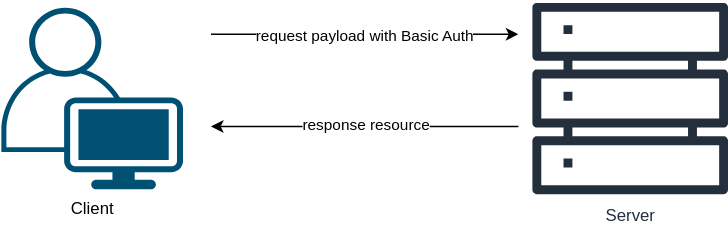
Above: restaurant-design.drawio.svg in slikkerno66/springboot-restaurant (draw.io), before the change. Source tidied: cells renumbered, new cells last; positions are measured from the earlier drawing's top-left corner, leaving out a move shared by most shapes.
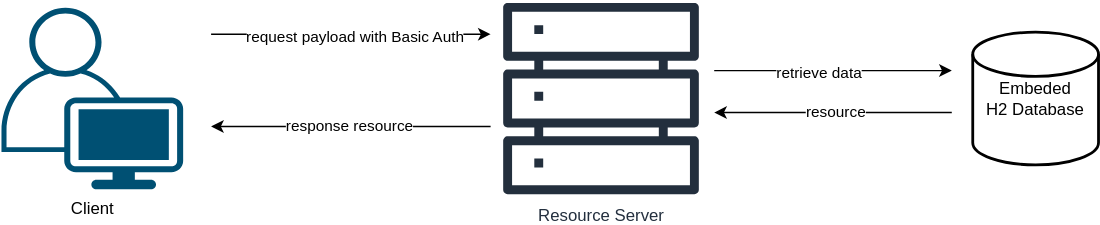
Above is the later version.

What changed in the source:
```diff
@@ -3,15 +3,15 @@
     <mxCell id="0" />
     <mxCell id="1" parent="0" />
     <mxCell id="2" value="Client" style="verticalLabelPosition=bottom;sketch=0;html=1;verticalAlign=top;align=center;shape=mxgraph.cisco19.user;fillColor=#005073;strokeColor=none;" parent="1" vertex="1">
-      <mxGeometry y="5" width="130" height="130" as="geometry" />
+      <mxGeometry x="-151" y="5" width="130" height="130" as="geometry" />
     </mxCell>
-    <mxCell id="3" value="Server" style="sketch=0;fontColor=#232F3E;gradientColor=none;fillColor=#232F3D;strokeColor=none;dashed=0;verticalLabelPosition=bottom;verticalAlign=top;align=center;html=1;fontSize=12;fontStyle=0;shape=mxgraph.aws4.servers;" parent="1" vertex="1">
-      <mxGeometry x="380" width="140" height="140" as="geometry" />
+    <mxCell id="3" value="Resource Server" style="sketch=0;fontColor=#232F3E;gradientColor=none;fillColor=#232F3D;strokeColor=none;dashed=0;verticalLabelPosition=bottom;verticalAlign=top;align=center;html=1;fontSize=12;fontStyle=0;shape=mxgraph.aws4.servers;" parent="1" vertex="1">
+      <mxGeometry x="208" width="140" height="140" as="geometry" />
     </mxCell>
     <mxCell id="4" style="endArrow=classic;html=1;rounded=0;" parent="1" edge="1">
       <mxGeometry relative="1" as="geometry">
-        <mxPoint x="150" y="24" as="sourcePoint" />
-        <mxPoint x="370" y="24" as="targetPoint" />
+        <mxPoint x="-1" y="24" as="sourcePoint" />
+        <mxPoint x="199" y="24" as="targetPoint" />
       </mxGeometry>
     </mxCell>
     <mxCell id="5" value="request payload with Basic Auth" style="edgeLabel;html=1;align=center;verticalAlign=middle;" parent="4" vertex="1">
@@ -21,8 +21,8 @@
     </mxCell>
     <mxCell id="6" style="endArrow=classic;html=1;rounded=0;" parent="1" edge="1">
       <mxGeometry relative="1" as="geometry">
-        <mxPoint x="370" y="90" as="sourcePoint" />
-        <mxPoint x="150" y="90" as="targetPoint" />
+        <mxPoint x="199" y="90" as="sourcePoint" />
+        <mxPoint x="-1" y="90" as="targetPoint" />
       </mxGeometry>
     </mxCell>
     <mxCell id="7" value="response resource" style="edgeLabel;html=1;align=center;verticalAlign=middle;" parent="6" vertex="1">
@@ -30,5 +30,30 @@
         <mxPoint x="-20" as="offset" />
       </mxGeometry>
     </mxCell>
+    <mxCell id="8" value="Embeded&lt;div&gt;H2 Database&lt;/div&gt;" style="strokeWidth=2;html=1;shape=mxgraph.flowchart.database;whiteSpace=wrap;" parent="1" vertex="1">
+      <mxGeometry x="544" y="22.5" width="90" height="95" as="geometry" />
+    </mxCell>
+    <mxCell id="9" style="endArrow=classic;html=1;rounded=0;" parent="1" edge="1">
+      <mxGeometry relative="1" as="geometry">
+        <mxPoint x="359" y="50" as="sourcePoint" />
+        <mxPoint x="529" y="50" as="targetPoint" />
+      </mxGeometry>
+    </mxCell>
+    <mxCell id="10" value="retrieve data" style="edgeLabel;html=1;align=center;verticalAlign=middle;" parent="9" vertex="1">
+      <mxGeometry x="-0.18" y="-1" relative="1" as="geometry">
+        <mxPoint x="5" as="offset" />
+      </mxGeometry>
+    </mxCell>
+    <mxCell id="11" style="endArrow=classic;html=1;rounded=0;" parent="1" edge="1">
+      <mxGeometry relative="1" as="geometry">
+        <mxPoint x="529" y="80" as="sourcePoint" />
+        <mxPoint x="359" y="80" as="targetPoint" />
+      </mxGeometry>
+    </mxCell>
+    <mxCell id="12" value="resource" style="edgeLabel;html=1;align=center;verticalAlign=middle;" parent="11" vertex="1">
+      <mxGeometry x="-0.18" y="-1" relative="1" as="geometry">
+        <mxPoint x="-15" as="offset" />
+      </mxGeometry>
+    </mxCell>
   </root>
 </mxGraphModel>
```
